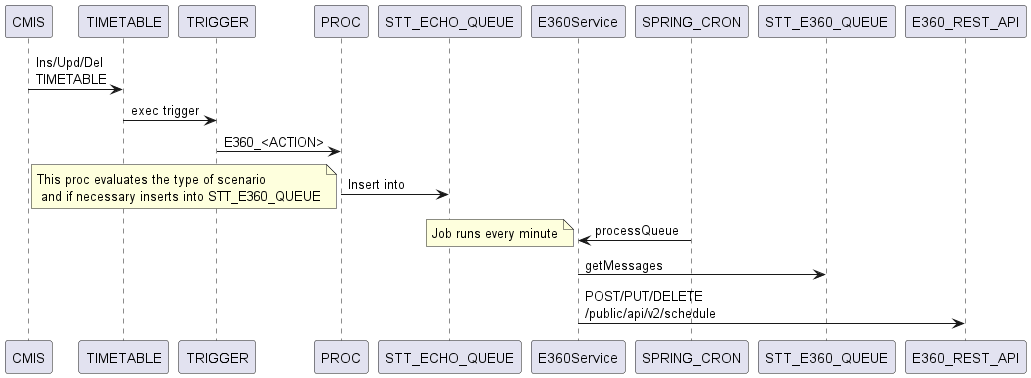
ororker/cmis-e360 keeps this PlantUML diagram as img/seq.png. Above is the earlier version.
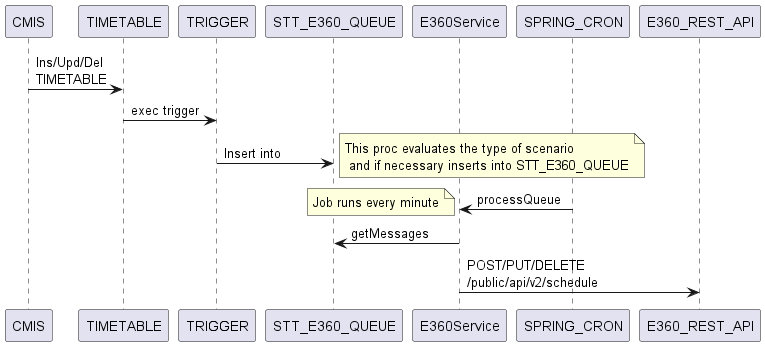
The same file after the commit.

Commit message:
update sequence diagram

The edit, as a diff of the source:
```diff
@@ -1,10 +1,8 @@
 @startuml
 CMIS -> TIMETABLE: Ins/Upd/Del \nTIMETABLE
 TIMETABLE -> TRIGGER: exec trigger
-TRIGGER -> PROC: E360_<ACTION>
-PROC -> STT_ECHO_QUEUE: Insert into
-note left: This proc evaluates the type of scenario\n and if necessary inserts into STT_E360_QUEUE
-
+TRIGGER -> STT_E360_QUEUE: Insert into
+note right: This proc evaluates the type of scenario\n and if necessary inserts into STT_E360_QUEUE
 E360Service<-SPRING_CRON  : processQueue
 note left: Job runs every minute
 E360Service -> STT_E360_QUEUE: getMessages
```
